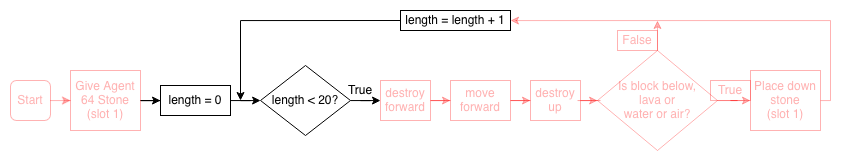
This is tutorials/python-islands/island-7/autominer/images/flowchart-landscape_2.png from CausewayDigital/Minecraft-EE-MakeCode, a draw.io export, as it was before one commit. Source tidied: cells renumbered, new cells last; positions are measured from the earlier drawing's top-left corner, leaving out a move shared by most shapes.
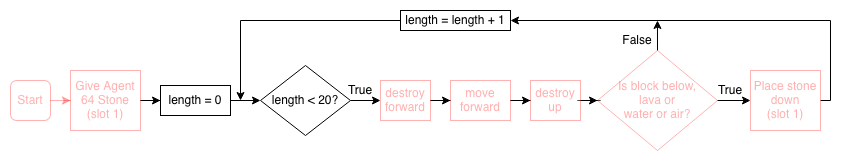
The same file after the commit.

What changed in the source:
```diff
@@ -2,16 +2,16 @@
   <root>
     <mxCell id="0" />
     <mxCell id="1" parent="0" />
-    <mxCell id="2" style="edgeStyle=orthogonalEdgeStyle;rounded=0;jettySize=auto;html=1;strokeColor=#FF0000;opacity=30;fontColor=#FF0000;textOpacity=30;" parent="1" edge="1" source="3" target="5">
+    <mxCell id="2" style="edgeStyle=orthogonalEdgeStyle;rounded=0;jettySize=auto;html=1;strokeColor=light-dark(#FF0000,#FF0000);opacity=30;textOpacity=30;fontColor=light-dark(#FF0000,#FF0000);" parent="1" edge="1" source="3" target="5">
       <mxGeometry relative="1" as="geometry" />
     </mxCell>
-    <mxCell id="3" value="Start" style="rounded=1;whiteSpace=wrap;html=1;strokeColor=#FF0000;opacity=30;fontColor=#FF0000;textOpacity=30;" parent="1" vertex="1">
+    <mxCell id="3" value="Start" style="rounded=1;whiteSpace=wrap;html=1;strokeColor=light-dark(#FF0000,#FF0000);opacity=30;textOpacity=30;fontColor=light-dark(#FF0000,#FF0000);" parent="1" vertex="1">
       <mxGeometry y="70" width="40" height="40" as="geometry" />
     </mxCell>
     <mxCell id="4" style="edgeStyle=orthogonalEdgeStyle;rounded=0;jettySize=auto;html=1;" parent="1" edge="1" source="5" target="7">
       <mxGeometry relative="1" as="geometry" />
     </mxCell>
-    <mxCell id="5" value="&lt;div&gt;Give Agent 64 Stone&lt;/div&gt;(slot 1)" style="rounded=0;whiteSpace=wrap;html=1;strokeColor=#FF0000;opacity=30;fontColor=#FF0000;textOpacity=30;" parent="1" vertex="1">
+    <mxCell id="5" value="&lt;div&gt;Give Agent 64 Stone&lt;/div&gt;(slot 1)" style="rounded=0;whiteSpace=wrap;html=1;strokeColor=light-dark(#FF0000,#FF0000);opacity=30;textOpacity=30;fontColor=light-dark(#FF0000,#FF0000);" parent="1" vertex="1">
       <mxGeometry x="60" y="60" width="70" height="60" as="geometry" />
     </mxCell>
     <mxCell id="6" style="edgeStyle=orthogonalEdgeStyle;rounded=0;jettySize=auto;html=1;" parent="1" edge="1" source="7" target="9">
@@ -26,36 +26,36 @@
     <mxCell id="9" value="length &amp;lt; 20?" style="rhombus;whiteSpace=wrap;html=1;" parent="1" vertex="1">
       <mxGeometry x="250" y="55" width="90" height="70" as="geometry" />
     </mxCell>
-    <mxCell id="10" style="edgeStyle=orthogonalEdgeStyle;rounded=0;jettySize=auto;html=1;fontColor=#FF0000;textOpacity=30;strokeColor=#FF0000;opacity=30;" parent="1" edge="1" source="11" target="13">
+    <mxCell id="10" style="edgeStyle=orthogonalEdgeStyle;rounded=0;jettySize=auto;html=1;" parent="1" edge="1" source="11" target="13">
       <mxGeometry relative="1" as="geometry" />
     </mxCell>
-    <mxCell id="11" value="destroy forward" style="rounded=0;whiteSpace=wrap;html=1;fontColor=#FF0000;textOpacity=30;strokeColor=#FF0000;opacity=30;" parent="1" vertex="1">
+    <mxCell id="11" value="destroy forward" style="rounded=0;whiteSpace=wrap;html=1;fontColor=light-dark(#FF0000,#FF0000);textOpacity=30;opacity=30;strokeColor=light-dark(#FF0000,#FF0000);" parent="1" vertex="1">
       <mxGeometry x="370" y="70" width="50" height="40" as="geometry" />
     </mxCell>
-    <mxCell id="12" style="edgeStyle=orthogonalEdgeStyle;rounded=0;jettySize=auto;html=1;exitX=1;exitY=0.5;exitDx=0;exitDy=0;fontColor=#FF0000;textOpacity=30;strokeColor=#FF0000;opacity=30;" parent="1" edge="1" source="13" target="15">
+    <mxCell id="12" style="edgeStyle=orthogonalEdgeStyle;rounded=0;jettySize=auto;html=1;exitX=1;exitY=0.5;exitDx=0;exitDy=0;" parent="1" edge="1" source="13" target="15">
       <mxGeometry relative="1" as="geometry" />
     </mxCell>
-    <mxCell id="13" value="move forward" style="rounded=0;whiteSpace=wrap;html=1;fontColor=#FF0000;textOpacity=30;strokeColor=#FF0000;opacity=30;" parent="1" vertex="1">
+    <mxCell id="13" value="move forward" style="rounded=0;whiteSpace=wrap;html=1;fontColor=light-dark(#FF0000,#FF0000);textOpacity=30;opacity=30;strokeColor=light-dark(#FF0000,#FF0000);" parent="1" vertex="1">
       <mxGeometry x="440" y="70" width="60" height="40" as="geometry" />
     </mxCell>
-    <mxCell id="14" style="edgeStyle=orthogonalEdgeStyle;rounded=0;jettySize=auto;html=1;fontColor=#FF0000;textOpacity=30;strokeColor=#FF0000;opacity=30;" parent="1" edge="1" source="15" target="18">
+    <mxCell id="14" style="edgeStyle=orthogonalEdgeStyle;rounded=0;jettySize=auto;html=1;" parent="1" edge="1" source="15" target="18">
       <mxGeometry relative="1" as="geometry" />
     </mxCell>
-    <mxCell id="15" value="destroy up" style="rounded=0;whiteSpace=wrap;html=1;fontColor=#FF0000;textOpacity=30;strokeColor=#FF0000;opacity=30;" parent="1" vertex="1">
+    <mxCell id="15" value="destroy up" style="rounded=0;whiteSpace=wrap;html=1;fontColor=light-dark(#FF0000,#FF0000);textOpacity=30;opacity=30;strokeColor=light-dark(#FF0000,#FF0000);" parent="1" vertex="1">
       <mxGeometry x="520" y="70" width="50" height="40" as="geometry" />
     </mxCell>
-    <mxCell id="16" style="edgeStyle=orthogonalEdgeStyle;rounded=0;jettySize=auto;html=1;strokeColor=#FF0000;opacity=30;fontColor=#FF0000;textOpacity=30;" parent="1" edge="1" source="18" target="20">
+    <mxCell id="16" style="edgeStyle=orthogonalEdgeStyle;rounded=0;jettySize=auto;html=1;" parent="1" edge="1" source="18" target="20">
       <mxGeometry relative="1" as="geometry" />
     </mxCell>
-    <mxCell id="17" style="edgeStyle=orthogonalEdgeStyle;rounded=0;jettySize=auto;html=1;exitX=0.5;exitY=0;exitDx=0;exitDy=0;strokeColor=#FF0000;opacity=30;fontColor=#FF0000;textOpacity=30;" parent="1" edge="1" source="18">
+    <mxCell id="17" style="edgeStyle=orthogonalEdgeStyle;rounded=0;jettySize=auto;html=1;exitX=0.5;exitY=0;exitDx=0;exitDy=0;" parent="1" edge="1" source="18">
       <mxGeometry relative="1" as="geometry">
         <mxPoint x="647" y="10" as="targetPoint" />
       </mxGeometry>
     </mxCell>
-    <mxCell id="18" value="Is block below, &lt;br&gt;lava or &lt;br&gt;water or air?" style="rhombus;whiteSpace=wrap;html=1;strokeColor=#FF0000;opacity=30;fontColor=#FF0000;textOpacity=30;" parent="1" vertex="1">
+    <mxCell id="18" value="Is block below, &lt;br&gt;lava or &lt;br&gt;water or air?" style="rhombus;whiteSpace=wrap;html=1;fontColor=light-dark(#FF0000,#FF0000);textOpacity=30;opacity=30;strokeColor=light-dark(#FF0000,#FF0000);" parent="1" vertex="1">
       <mxGeometry x="587" y="40" width="120" height="100" as="geometry" />
     </mxCell>
-    <mxCell id="19" style="edgeStyle=orthogonalEdgeStyle;rounded=0;jettySize=auto;html=1;entryX=1;entryY=0.5;entryDx=0;entryDy=0;strokeColor=#FF0000;opacity=30;fontColor=#FF0000;textOpacity=30;" parent="1" edge="1" source="20" target="25">
+    <mxCell id="19" style="edgeStyle=orthogonalEdgeStyle;rounded=0;jettySize=auto;html=1;entryX=1;entryY=0.5;entryDx=0;entryDy=0;" parent="1" edge="1" source="20" target="25">
       <mxGeometry relative="1" as="geometry">
         <Array as="points">
           <mxPoint x="820" y="90" />
@@ -64,16 +64,16 @@
         </Array>
       </mxGeometry>
     </mxCell>
-    <mxCell id="20" value="&lt;div&gt;Place down stone&lt;/div&gt;(slot 1)" style="rounded=0;whiteSpace=wrap;html=1;strokeColor=#FF0000;opacity=30;fontColor=#FF0000;textOpacity=30;" parent="1" vertex="1">
+    <mxCell id="20" value="&lt;div&gt;Place stone down&lt;/div&gt;(slot 1)" style="rounded=0;whiteSpace=wrap;html=1;fontColor=light-dark(#FF0000,#FF0000);textOpacity=30;opacity=30;strokeColor=light-dark(#FF0000,#FF0000);" parent="1" vertex="1">
       <mxGeometry x="740" y="60" width="70" height="60" as="geometry" />
     </mxCell>
     <mxCell id="21" value="True&lt;span style=&quot;color: rgba(0 , 0 , 0 , 0) ; font-family: monospace ; font-size: 0px&quot;&gt;%3CmxGraphModel%3E%3Croot%3E%3CmxCell%20id%3D%220%22%2F%3E%3CmxCell%20id%3D%221%22%20parent%3D%220%22%2F%3E%3CmxCell%20id%3D%222%22%20value%3D%22destroy%20forward%22%20style%3D%22rounded%3D0%3BwhiteSpace%3Dwrap%3Bhtml%3D1%3B%22%20vertex%3D%221%22%20parent%3D%221%22%3E%3CmxGeometry%20x%3D%22240%22%20y%3D%22560%22%20width%3D%22120%22%20height%3D%2260%22%20as%3D%22geometry%22%2F%3E%3C%2FmxCell%3E%3C%2Froot%3E%3C%2FmxGraphModel%3E&lt;/span&gt;" style="text;html=1;align=center;verticalAlign=middle;whiteSpace=wrap;rounded=0;" parent="1" vertex="1">
       <mxGeometry x="330" y="70" width="40" height="20" as="geometry" />
     </mxCell>
-    <mxCell id="22" value="True&lt;span style=&quot;font-family: monospace; font-size: 0px;&quot;&gt;%3CmxGraphModel%3E%3Croot%3E%3CmxCell%20id%3D%220%22%2F%3E%3CmxCell%20id%3D%221%22%20parent%3D%220%22%2F%3E%3CmxCell%20id%3D%222%22%20value%3D%22destroy%20forward%22%20style%3D%22rounded%3D0%3BwhiteSpace%3Dwrap%3Bhtml%3D1%3B%22%20vertex%3D%221%22%20parent%3D%221%22%3E%3CmxGeometry%20x%3D%22240%22%20y%3D%22560%22%20width%3D%22120%22%20height%3D%2260%22%20as%3D%22geometry%22%2F%3E%3C%2FmxCell%3E%3C%2Froot%3E%3C%2FmxGraphModel%3E&lt;/span&gt;" style="text;html=1;align=center;verticalAlign=middle;whiteSpace=wrap;rounded=0;strokeColor=#FF0000;opacity=30;fontColor=#FF0000;textOpacity=30;" parent="1" vertex="1">
+    <mxCell id="22" value="True&lt;span style=&quot;color: rgba(0 , 0 , 0 , 0) ; font-family: monospace ; font-size: 0px&quot;&gt;%3CmxGraphModel%3E%3Croot%3E%3CmxCell%20id%3D%220%22%2F%3E%3CmxCell%20id%3D%221%22%20parent%3D%220%22%2F%3E%3CmxCell%20id%3D%222%22%20value%3D%22destroy%20forward%22%20style%3D%22rounded%3D0%3BwhiteSpace%3Dwrap%3Bhtml%3D1%3B%22%20vertex%3D%221%22%20parent%3D%221%22%3E%3CmxGeometry%20x%3D%22240%22%20y%3D%22560%22%20width%3D%22120%22%20height%3D%2260%22%20as%3D%22geometry%22%2F%3E%3C%2FmxCell%3E%3C%2Froot%3E%3C%2FmxGraphModel%3E&lt;/span&gt;" style="text;html=1;align=center;verticalAlign=middle;whiteSpace=wrap;rounded=0;" parent="1" vertex="1">
       <mxGeometry x="700" y="70" width="40" height="20" as="geometry" />
     </mxCell>
-    <mxCell id="23" value="False" style="text;html=1;align=center;verticalAlign=middle;whiteSpace=wrap;rounded=0;strokeColor=#FF0000;opacity=30;fontColor=#FF0000;textOpacity=30;" parent="1" vertex="1">
+    <mxCell id="23" value="False" style="text;html=1;align=center;verticalAlign=middle;whiteSpace=wrap;rounded=0;" parent="1" vertex="1">
       <mxGeometry x="607" y="20" width="40" height="20" as="geometry" />
     </mxCell>
     <mxCell id="24" style="edgeStyle=orthogonalEdgeStyle;rounded=0;jettySize=auto;html=1;exitX=0;exitY=0.5;exitDx=0;exitDy=0;" parent="1" edge="1" source="25">
```
